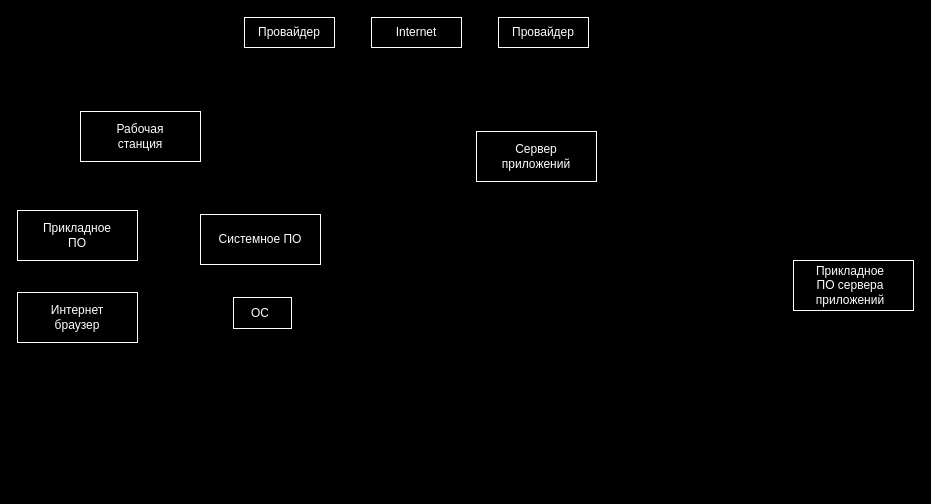
This is Проектная модель СЭ ПС.drawio from hiff0/db-city-council, a draw.io file, before an edit. Source tidied: cells renumbered, new cells numbered last; positions are measured from the earlier drawing's top-left corner, leaving out a move shared by most shapes. Both pictures are drawn from the tidied source at 100%, with x=0, y=0 at pixel (17, 17).
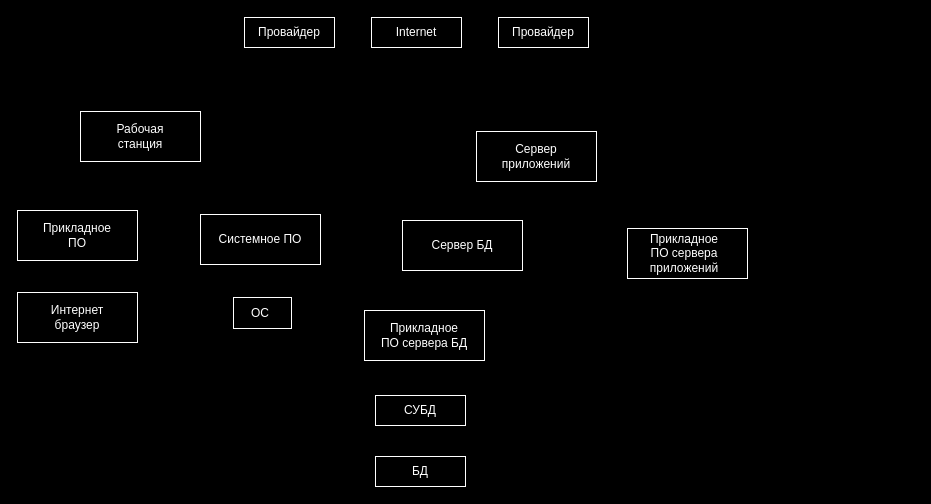
After the change.

What changed in the source:
```diff
@@
     <mxCell id="17" style="rounded=0;whiteSpace=wrap;html=1;strokeColor=#FFFFFF;fillColor=none;" parent="1" vertex="1">
-      <mxGeometry x="776" y="243" width="120" height="50" as="geometry" />
+      <mxGeometry x="610" y="211" width="120" height="50" as="geometry" />
     </mxCell>
     <mxCell id="18" value="&lt;font color=&quot;#ffffff&quot;&gt;Прикладное ПО сервера приложений&lt;/font&gt;" style="text;html=1;align=center;verticalAlign=middle;whiteSpace=wrap;rounded=0;" parent="1" vertex="1">
-      <mxGeometry x="788" y="253" width="90" height="30" as="geometry" />
+      <mxGeometry x="622" y="221" width="90" height="30" as="geometry" />
     </mxCell>
+    <mxCell id="19" style="rounded=0;whiteSpace=wrap;html=1;strokeColor=#FFFFFF;fillColor=none;" parent="1" vertex="1">
+      <mxGeometry x="385" y="203" width="120" height="50" as="geometry" />
+    </mxCell>
+    <mxCell id="20" value="&lt;font color=&quot;#ffffff&quot;&gt;Сервер БД&lt;/font&gt;" style="text;html=1;align=center;verticalAlign=middle;whiteSpace=wrap;rounded=0;" parent="1" vertex="1">
+      <mxGeometry x="400" y="213" width="90" height="30" as="geometry" />
+    </mxCell>
+    <mxCell id="21" style="rounded=0;whiteSpace=wrap;html=1;strokeColor=#FFFFFF;fillColor=none;" parent="1" vertex="1">
+      <mxGeometry x="347" y="293" width="120" height="50" as="geometry" />
+    </mxCell>
+    <mxCell id="22" value="&lt;font color=&quot;#ffffff&quot;&gt;Прикладное ПО сервера БД&lt;/font&gt;" style="text;html=1;align=center;verticalAlign=middle;whiteSpace=wrap;rounded=0;" parent="1" vertex="1">
+      <mxGeometry x="362" y="303" width="90" height="30" as="geometry" />
+    </mxCell>
+    <mxCell id="23" value="&lt;font color=&quot;#ffffff&quot;&gt;БД&lt;/font&gt;" style="text;html=1;align=center;verticalAlign=middle;whiteSpace=wrap;rounded=0;strokeColor=#FFFFFF;" parent="1" vertex="1">
+      <mxGeometry x="358" y="439" width="90" height="30" as="geometry" />
+    </mxCell>
+    <mxCell id="24" value="&lt;font color=&quot;#ffffff&quot;&gt;СУБД&lt;/font&gt;" style="text;html=1;align=center;verticalAlign=middle;whiteSpace=wrap;rounded=0;strokeColor=#FFFFFF;" parent="1" vertex="1">
+      <mxGeometry x="358" y="378" width="90" height="30" as="geometry" />
+    </mxCell>
```
